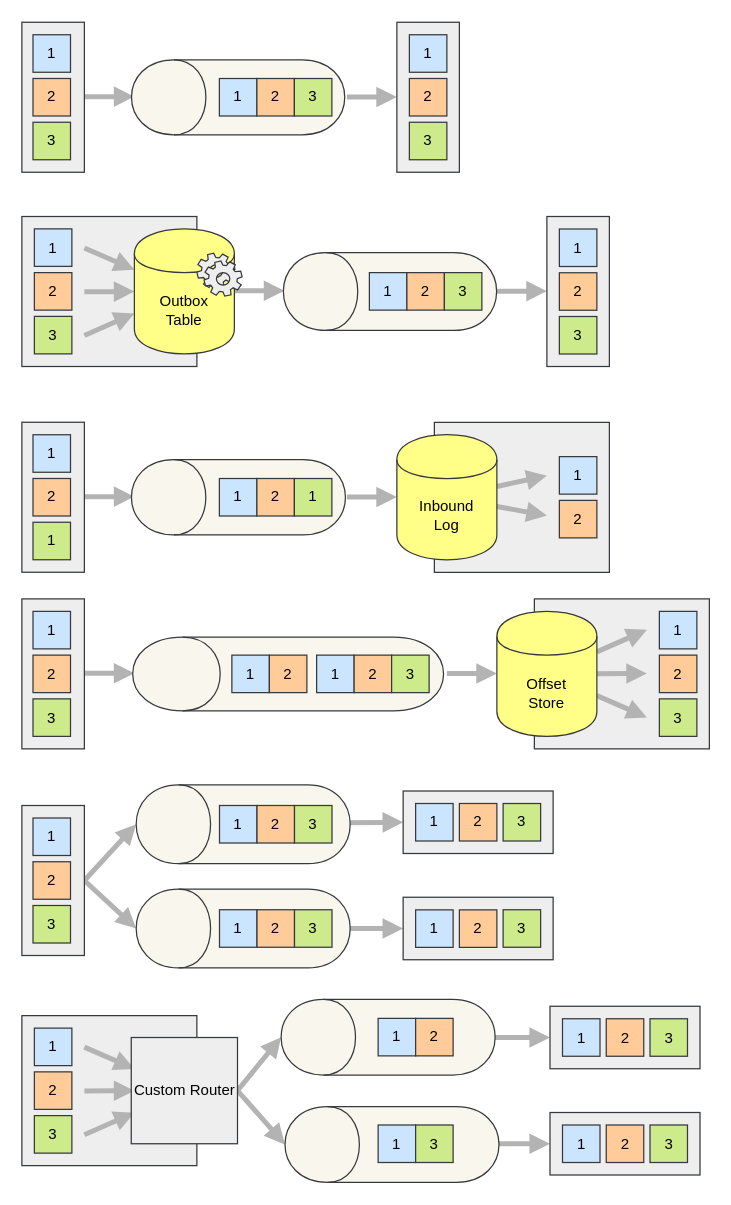
BEagle1984/silverback keeps this draw.io diagram as page "Connectors" (2 of 7) of docs/images/diagrams/silverback-usecases.drawio. Above is the earlier version. Source tidied: cells renumbered, new cells numbered last; positions are measured from the earlier drawing's top-left corner, leaving out a move shared by most shapes. Both pictures are drawn from the tidied source at 125%, with x=0, y=0 at pixel (21, -10).
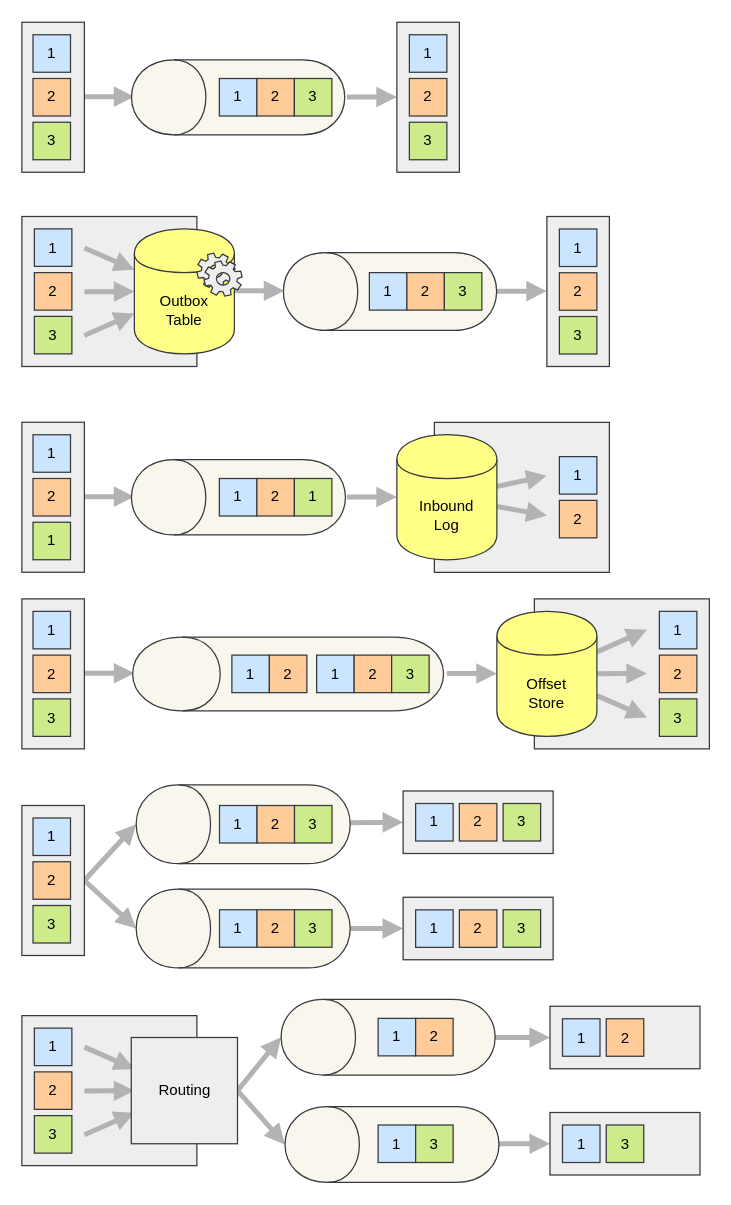
Above is the later version.

Diff of the diagram source:
```diff
@@
-    <mxCell id="109" value="3" style="rounded=0;whiteSpace=wrap;html=1;fillColor=#cdeb8b;strokeColor=#36393d;" parent="1" vertex="1">
-      <mxGeometry x="502.5" y="822.5" width="30" height="30" as="geometry" />
-    </mxCell>
@@
-    <mxCell id="112" value="2" style="rounded=0;whiteSpace=wrap;html=1;fillColor=#ffcc99;strokeColor=#36393d;" parent="1" vertex="1">
-      <mxGeometry x="467.5" y="907.5" width="30" height="30" as="geometry" />
-    </mxCell>
     <mxCell id="113" value="3" style="rounded=0;whiteSpace=wrap;html=1;fillColor=#cdeb8b;strokeColor=#36393d;" parent="1" vertex="1">
-      <mxGeometry x="502.5" y="907.5" width="30" height="30" as="geometry" />
+      <mxGeometry x="467.5" y="907.5" width="30" height="30" as="geometry" />
     </mxCell>
@@
-    <mxCell id="120" value="Custom Router" style="rounded=0;whiteSpace=wrap;html=1;fillColor=#eeeeee;verticalAlign=middle;spacingTop=0;horizontal=1;strokeColor=#36393d;" parent="1" vertex="1">
+    <mxCell id="120" value="Routing" style="rounded=0;whiteSpace=wrap;html=1;fillColor=#eeeeee;verticalAlign=middle;spacingTop=0;horizontal=1;strokeColor=#36393d;" parent="1" vertex="1">
       <mxGeometry x="87.5" y="837.5" width="85" height="85" as="geometry" />
     </mxCell>
```
